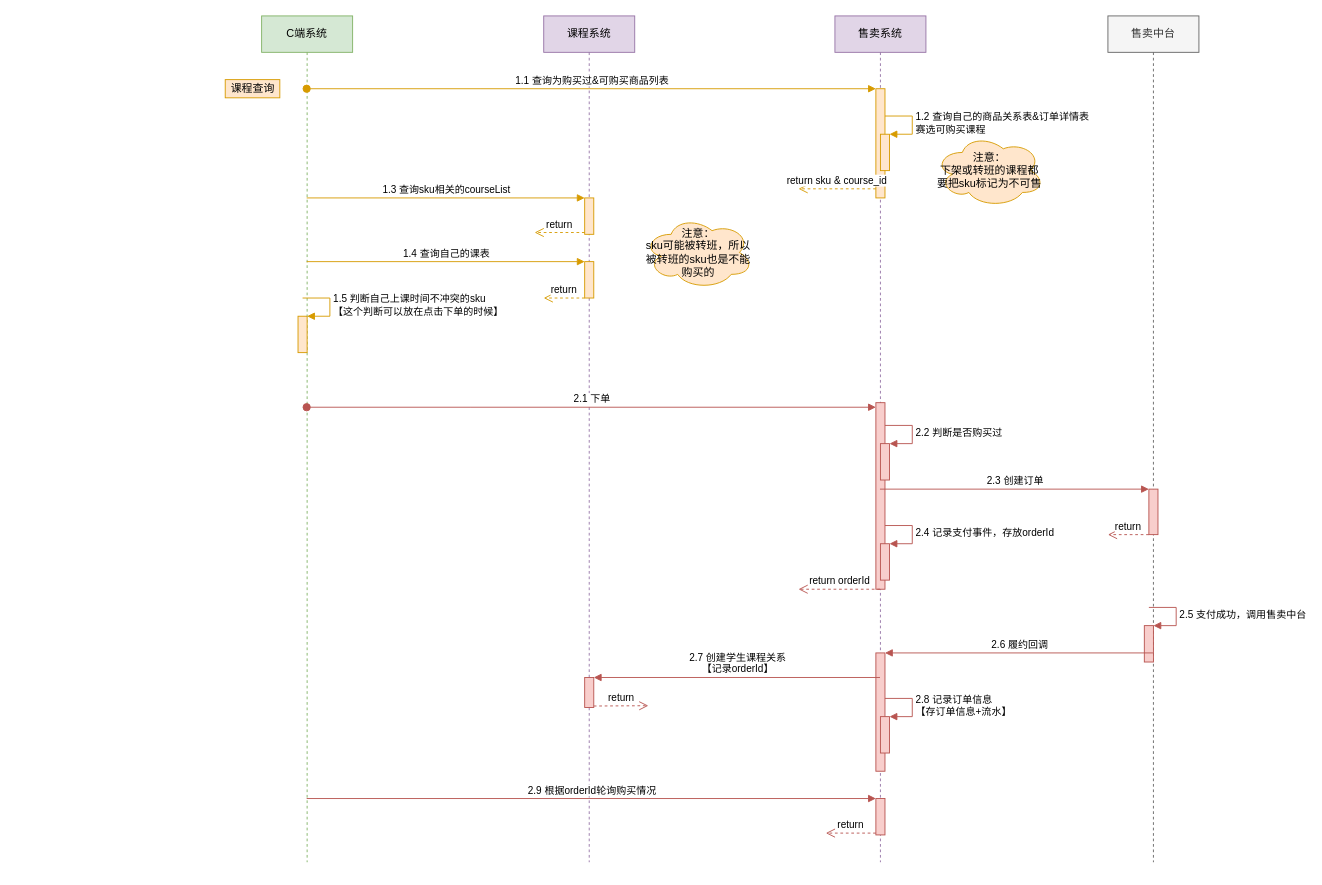
Above: 330-整体流程-家长买课.drawio in wgyuuu/flow_chart (draw.io), before the change. Source tidied: cells renumbered, new cells numbered last; positions are measured from the earlier drawing's top-left corner, leaving out a move shared by most shapes. Both pictures are drawn from the tidied source at 91%, with x=0, y=0 at pixel (225, 15).
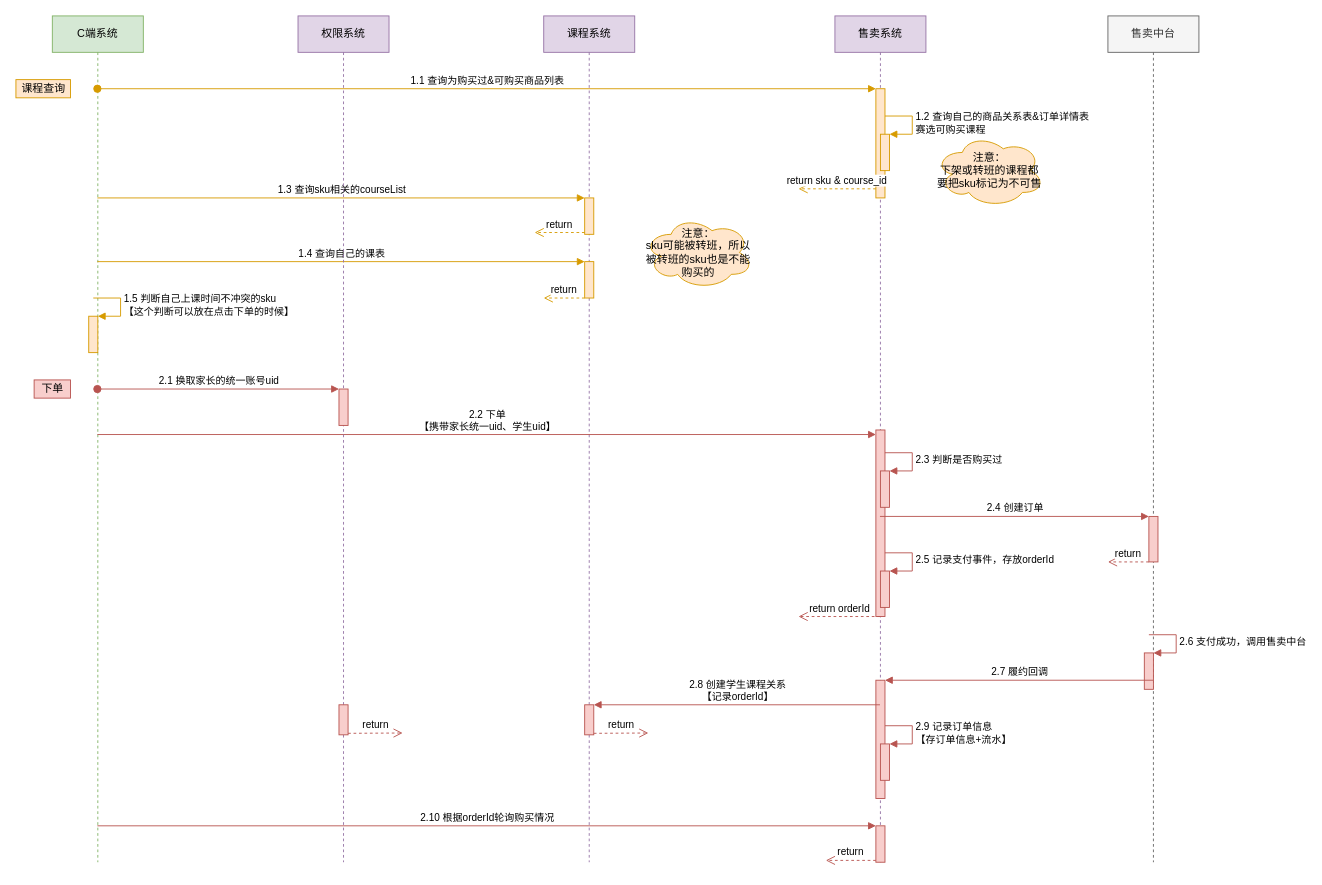
The same page after the edit.

Commit message:
Update 330-整体流程-家长买课.drawio

The change refers to these unchanged cells:
```xml
<mxCell id="5" value="课程系统" style="shape=umlLifeline;perimeter=lifelinePerimeter;whiteSpace=wrap;html=1;fillColor=#e1d5e7;strokeColor=#9673a6;" parent="1" vertex="1">
  <mxGeometry x="350" width="100" height="930" as="geometry" />
</mxCell>
<mxCell id="12" value="售卖系统" style="shape=umlLifeline;perimeter=lifelinePerimeter;whiteSpace=wrap;html=1;outlineConnect=0;fillColor=#e1d5e7;strokeColor=#9673a6;" parent="1" vertex="1">
  <mxGeometry x="670" width="100" height="930" as="geometry" />
</mxCell>
<mxCell id="26" value="售卖中台" style="shape=umlLifeline;perimeter=lifelinePerimeter;whiteSpace=wrap;html=1;outlineConnect=0;fillColor=#f5f5f5;fontColor=#333333;strokeColor=#666666;" parent="1" vertex="1">
  <mxGeometry x="970" width="100" height="930" as="geometry" />
</mxCell>
```

Change to the diagram source:
```diff
@@
     <mxCell id="2" value="C端系统" style="shape=umlLifeline;perimeter=lifelinePerimeter;whiteSpace=wrap;html=1;outlineConnect=0;fillColor=#d5e8d4;strokeColor=#82b366;" parent="1" vertex="1">
-      <mxGeometry x="40" width="100" height="930" as="geometry" />
+      <mxGeometry x="-190" width="100" height="930" as="geometry" />
     </mxCell>
@@
     <mxCell id="10" style="html=1;points=[];perimeter=orthogonalPerimeter;fillColor=#f8cecc;strokeColor=#b85450;" parent="5" vertex="1">
-      <mxGeometry x="45" y="727" width="10" height="33" as="geometry" />
+      <mxGeometry x="45" y="757" width="10" height="33" as="geometry" />
     </mxCell>
     <mxCell id="11" value="return" style="html=1;verticalAlign=bottom;endArrow=open;dashed=1;endSize=8;exitX=1;exitY=0.95;rounded=0;fillColor=#f8cecc;strokeColor=#b85450;" parent="5" edge="1" source="10">
       <mxGeometry relative="1" as="geometry">
-        <mxPoint x="115" y="758" as="targetPoint" />
+        <mxPoint x="115" y="788" as="targetPoint" />
       </mxGeometry>
     </mxCell>
@@
     <mxCell id="16" style="html=1;points=[];perimeter=orthogonalPerimeter;fillColor=#f8cecc;strokeColor=#b85450;" parent="12" vertex="1">
-      <mxGeometry x="45" y="425" width="10" height="205" as="geometry" />
+      <mxGeometry x="45" y="455" width="10" height="205" as="geometry" />
     </mxCell>
     <mxCell id="17" style="html=1;points=[];perimeter=orthogonalPerimeter;fillColor=#f8cecc;strokeColor=#b85450;" parent="12" vertex="1">
-      <mxGeometry x="50" y="470" width="10" height="40" as="geometry" />
+      <mxGeometry x="50" y="500" width="10" height="40" as="geometry" />
     </mxCell>
-    <mxCell id="18" value="2.2 判断是否购买过" style="edgeStyle=orthogonalEdgeStyle;html=1;align=left;spacingLeft=2;endArrow=block;rounded=0;entryX=1;entryY=0;fillColor=#f8cecc;strokeColor=#b85450;" parent="12" edge="1" target="17">
+    <mxCell id="18" value="2.3 判断是否购买过" style="edgeStyle=orthogonalEdgeStyle;html=1;align=left;spacingLeft=2;endArrow=block;rounded=0;entryX=1;entryY=0;fillColor=#f8cecc;strokeColor=#b85450;" parent="12" edge="1" target="17">
       <mxGeometry relative="1" as="geometry">
-        <mxPoint x="55" y="450" as="sourcePoint" />
+        <mxPoint x="55" y="480" as="sourcePoint" />
         <Array as="points">
-          <mxPoint x="85" y="450" />
+          <mxPoint x="85" y="480" />
         </Array>
       </mxGeometry>
     </mxCell>
     <mxCell id="19" style="html=1;points=[];perimeter=orthogonalPerimeter;fillColor=#f8cecc;strokeColor=#b85450;" parent="12" vertex="1">
-      <mxGeometry x="50" y="580" width="10" height="40" as="geometry" />
+      <mxGeometry x="50" y="610" width="10" height="40" as="geometry" />
     </mxCell>
-    <mxCell id="20" value="2.4 记录支付事件，存放orderId" style="edgeStyle=orthogonalEdgeStyle;html=1;align=left;spacingLeft=2;endArrow=block;rounded=0;entryX=1;entryY=0;fillColor=#f8cecc;strokeColor=#b85450;" parent="12" edge="1" target="19">
+    <mxCell id="20" value="2.5 记录支付事件，存放orderId" style="edgeStyle=orthogonalEdgeStyle;html=1;align=left;spacingLeft=2;endArrow=block;rounded=0;entryX=1;entryY=0;fillColor=#f8cecc;strokeColor=#b85450;" parent="12" edge="1" target="19">
       <mxGeometry relative="1" as="geometry">
-        <mxPoint x="55" y="560" as="sourcePoint" />
+        <mxPoint x="55" y="590" as="sourcePoint" />
         <Array as="points">
-          <mxPoint x="85" y="560" />
+          <mxPoint x="85" y="590" />
         </Array>
       </mxGeometry>
     </mxCell>
     <mxCell id="21" style="html=1;points=[];perimeter=orthogonalPerimeter;fillColor=#f8cecc;strokeColor=#b85450;" parent="12" vertex="1">
-      <mxGeometry x="45" y="700" width="10" height="130" as="geometry" />
+      <mxGeometry x="45" y="730" width="10" height="130" as="geometry" />
     </mxCell>
     <mxCell id="22" style="html=1;points=[];perimeter=orthogonalPerimeter;fillColor=#f8cecc;strokeColor=#b85450;" parent="12" vertex="1">
-      <mxGeometry x="50" y="770" width="10" height="40" as="geometry" />
+      <mxGeometry x="50" y="800" width="10" height="40" as="geometry" />
     </mxCell>
-    <mxCell id="23" value="2.8 记录订单信息&lt;br&gt;【存订单信息+流水】" style="edgeStyle=orthogonalEdgeStyle;html=1;align=left;spacingLeft=2;endArrow=block;rounded=0;entryX=1;entryY=0;fillColor=#f8cecc;strokeColor=#b85450;" parent="12" edge="1" target="22">
+    <mxCell id="23" value="2.9 记录订单信息&lt;br&gt;【存订单信息+流水】" style="edgeStyle=orthogonalEdgeStyle;html=1;align=left;spacingLeft=2;endArrow=block;rounded=0;entryX=1;entryY=0;fillColor=#f8cecc;strokeColor=#b85450;" parent="12" edge="1" target="22">
       <mxGeometry relative="1" as="geometry">
-        <mxPoint x="55" y="750" as="sourcePoint" />
+        <mxPoint x="55" y="780" as="sourcePoint" />
         <Array as="points">
-          <mxPoint x="85" y="750" />
+          <mxPoint x="85" y="780" />
         </Array>
       </mxGeometry>
     </mxCell>
     <mxCell id="24" style="html=1;points=[];perimeter=orthogonalPerimeter;fillColor=#f8cecc;strokeColor=#b85450;" parent="12" vertex="1">
-      <mxGeometry x="45" y="860" width="10" height="40" as="geometry" />
+      <mxGeometry x="45" y="890" width="10" height="40" as="geometry" />
     </mxCell>
     <mxCell id="25" value="return" style="html=1;verticalAlign=bottom;endArrow=open;dashed=1;endSize=8;exitX=0;exitY=0.95;rounded=0;fillColor=#f8cecc;strokeColor=#b85450;" parent="12" edge="1" source="24">
       <mxGeometry relative="1" as="geometry">
-        <mxPoint x="-10" y="898" as="targetPoint" />
+        <mxPoint x="-10" y="928" as="targetPoint" />
       </mxGeometry>
     </mxCell>
@@
     <mxCell id="27" style="html=1;points=[];perimeter=orthogonalPerimeter;fillColor=#f8cecc;strokeColor=#b85450;" parent="26" vertex="1">
-      <mxGeometry x="45" y="520" width="10" height="50" as="geometry" />
+      <mxGeometry x="45" y="550" width="10" height="50" as="geometry" />
     </mxCell>
     <mxCell id="28" value="return" style="html=1;verticalAlign=bottom;endArrow=open;dashed=1;endSize=8;rounded=0;fillColor=#f8cecc;strokeColor=#b85450;" parent="26" edge="1" source="27">
       <mxGeometry relative="1" as="geometry">
-        <mxPoint y="570" as="targetPoint" />
+        <mxPoint y="600" as="targetPoint" />
       </mxGeometry>
     </mxCell>
     <mxCell id="29" style="html=1;points=[];perimeter=orthogonalPerimeter;fillColor=#f8cecc;strokeColor=#b85450;" parent="26" vertex="1">
-      <mxGeometry x="40" y="670" width="10" height="40" as="geometry" />
+      <mxGeometry x="40" y="700" width="10" height="40" as="geometry" />
     </mxCell>
-    <mxCell id="30" value="2.5 支付成功，调用售卖中台" style="edgeStyle=orthogonalEdgeStyle;html=1;align=left;spacingLeft=2;endArrow=block;rounded=0;entryX=1;entryY=0;fillColor=#f8cecc;strokeColor=#b85450;" parent="26" edge="1" target="29">
+    <mxCell id="30" value="2.6 支付成功，调用售卖中台" style="edgeStyle=orthogonalEdgeStyle;html=1;align=left;spacingLeft=2;endArrow=block;rounded=0;entryX=1;entryY=0;fillColor=#f8cecc;strokeColor=#b85450;" parent="26" edge="1" target="29">
       <mxGeometry relative="1" as="geometry">
-        <mxPoint x="45" y="650" as="sourcePoint" />
+        <mxPoint x="45" y="680" as="sourcePoint" />
         <Array as="points">
-          <mxPoint x="75" y="650" />
+          <mxPoint x="75" y="680" />
         </Array>
       </mxGeometry>
     </mxCell>
@@
     <mxCell id="32" value="课程查询" style="text;html=1;align=center;verticalAlign=middle;strokeColor=#d79b00;fillColor=#ffe6cc;" parent="1" vertex="1">
-      <mxGeometry y="70" width="60" height="20" as="geometry" />
+      <mxGeometry x="-230" y="70" width="60" height="20" as="geometry" />
     </mxCell>
@@
-    <mxCell id="38" value="2.1 下单" style="html=1;verticalAlign=bottom;startArrow=oval;endArrow=block;startSize=8;rounded=0;fillColor=#f8cecc;strokeColor=#b85450;" parent="1" edge="1" source="2" target="16">
+    <mxCell id="38" value="2.2 下单&lt;br&gt;【携带家长统一uid、学生uid】" style="html=1;verticalAlign=bottom;startArrow=none;endArrow=block;startSize=8;rounded=0;fillColor=#f8cecc;strokeColor=#b85450;startFill=0;" parent="1" edge="1" target="16">
       <mxGeometry relative="1" as="geometry">
+        <mxPoint x="-140.5" y="460" as="sourcePoint" />
         <Array as="points">
-          <mxPoint x="270" y="430" />
+          <mxPoint x="270" y="460" />
         </Array>
       </mxGeometry>
     </mxCell>
-    <mxCell id="39" value="2.3 创建订单" style="html=1;verticalAlign=bottom;endArrow=block;entryX=0;entryY=0;rounded=0;fillColor=#f8cecc;strokeColor=#b85450;" parent="1" edge="1" source="12" target="27">
-      <mxGeometry relative="1" as="geometry" />
+    <mxCell id="39" value="2.4 创建订单" style="html=1;verticalAlign=bottom;endArrow=block;entryX=0;entryY=0;rounded=0;fillColor=#f8cecc;strokeColor=#b85450;" parent="1" edge="1" target="27">
+      <mxGeometry relative="1" as="geometry">
+        <mxPoint x="719.5" y="550" as="sourcePoint" />
+      </mxGeometry>
     </mxCell>
-    <mxCell id="40" value="return orderId" style="html=1;verticalAlign=bottom;endArrow=open;dashed=1;endSize=8;rounded=0;fillColor=#f8cecc;strokeColor=#b85450;" parent="1" edge="1" source="12">
+    <mxCell id="40" value="return orderId" style="html=1;verticalAlign=bottom;endArrow=open;dashed=1;endSize=8;rounded=0;fillColor=#f8cecc;strokeColor=#b85450;" parent="1" edge="1">
       <mxGeometry relative="1" as="geometry">
-        <mxPoint x="630" y="630" as="targetPoint" />
+        <mxPoint x="719.5" y="660" as="sourcePoint" />
+        <mxPoint x="630" y="660" as="targetPoint" />
         <Array as="points">
-          <mxPoint x="660" y="630" />
+          <mxPoint x="660" y="660" />
         </Array>
       </mxGeometry>
     </mxCell>
-    <mxCell id="41" value="2.6 履约回调" style="html=1;verticalAlign=bottom;endArrow=block;entryX=1;entryY=0;rounded=0;fillColor=#f8cecc;strokeColor=#b85450;" parent="1" edge="1" source="26" target="21">
-      <mxGeometry relative="1" as="geometry" />
+    <mxCell id="41" value="2.7 履约回调" style="html=1;verticalAlign=bottom;endArrow=block;entryX=1;entryY=0;rounded=0;fillColor=#f8cecc;strokeColor=#b85450;" parent="1" edge="1" target="21">
+      <mxGeometry relative="1" as="geometry">
+        <mxPoint x="1019.5" y="730" as="sourcePoint" />
+      </mxGeometry>
     </mxCell>
-    <mxCell id="42" value="2.7 创建学生课程关系&lt;br&gt;【记录orderId】" style="html=1;verticalAlign=bottom;endArrow=block;entryX=1;entryY=0;rounded=0;fillColor=#f8cecc;strokeColor=#b85450;" parent="1" edge="1" source="12" target="10">
-      <mxGeometry relative="1" as="geometry" />
+    <mxCell id="42" value="2.8 创建学生课程关系&lt;br&gt;【记录orderId】" style="html=1;verticalAlign=bottom;endArrow=block;entryX=1;entryY=0;rounded=0;fillColor=#f8cecc;strokeColor=#b85450;" parent="1" edge="1" target="10">
+      <mxGeometry relative="1" as="geometry">
+        <mxPoint x="719.5" y="757" as="sourcePoint" />
+      </mxGeometry>
     </mxCell>
-    <mxCell id="43" value="2.9 根据orderId轮询购买情况" style="html=1;verticalAlign=bottom;endArrow=block;entryX=0;entryY=0;rounded=0;fillColor=#f8cecc;strokeColor=#b85450;" parent="1" edge="1" source="2" target="24">
-      <mxGeometry relative="1" as="geometry" />
+    <mxCell id="43" value="2.10 根据orderId轮询购买情况" style="html=1;verticalAlign=bottom;endArrow=block;entryX=0;entryY=0;rounded=0;fillColor=#f8cecc;strokeColor=#b85450;" parent="1" edge="1" target="24">
+      <mxGeometry relative="1" as="geometry">
+        <mxPoint x="-140.5" y="890" as="sourcePoint" />
+      </mxGeometry>
     </mxCell>
+    <mxCell id="44" value="权限系统" style="shape=umlLifeline;perimeter=lifelinePerimeter;whiteSpace=wrap;html=1;fillColor=#e1d5e7;strokeColor=#9673a6;" parent="1" vertex="1">
+      <mxGeometry x="80" width="100" height="930" as="geometry" />
+    </mxCell>
+    <mxCell id="45" style="html=1;points=[];perimeter=orthogonalPerimeter;fillColor=#f8cecc;strokeColor=#b85450;" parent="44" vertex="1">
+      <mxGeometry x="45" y="757" width="10" height="33" as="geometry" />
+    </mxCell>
+    <mxCell id="46" value="return" style="html=1;verticalAlign=bottom;endArrow=open;dashed=1;endSize=8;exitX=1;exitY=0.95;rounded=0;fillColor=#f8cecc;strokeColor=#b85450;" parent="44" edge="1" source="45">
+      <mxGeometry relative="1" as="geometry">
+        <mxPoint x="115" y="788" as="targetPoint" />
+      </mxGeometry>
+    </mxCell>
+    <mxCell id="47" style="html=1;points=[];perimeter=orthogonalPerimeter;fillColor=#f8cecc;strokeColor=#b85450;" parent="44" vertex="1">
+      <mxGeometry x="45" y="410" width="10" height="40" as="geometry" />
+    </mxCell>
+    <mxCell id="48" value="2.1 换取家长的统一账号uid" style="html=1;verticalAlign=bottom;startArrow=oval;endArrow=block;startSize=8;rounded=0;fillColor=#f8cecc;strokeColor=#b85450;" parent="1" edge="1" source="2" target="47">
+      <mxGeometry relative="1" as="geometry">
+        <Array as="points">
+          <mxPoint x="-70" y="410" />
+        </Array>
+      </mxGeometry>
+    </mxCell>
+    <mxCell id="49" value="下单" style="text;html=1;align=center;verticalAlign=middle;strokeColor=#b85450;fillColor=#f8cecc;" parent="1" vertex="1">
+      <mxGeometry x="-210" y="400" width="40" height="20" as="geometry" />
+    </mxCell>
```
